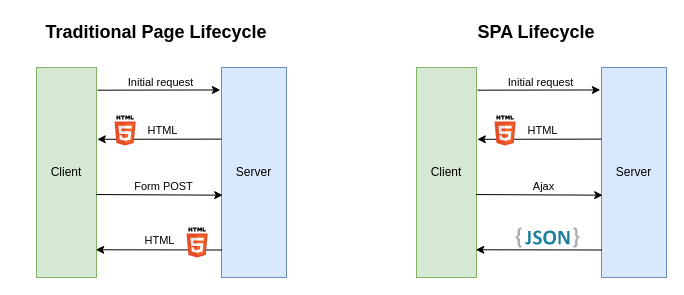
jeftegoes/APIArchitectureStylesOverview keeps this draw.io diagram as Diagrams/DifferenceBetweenTraditionalPageAndSPA.drawio. Above is the earlier version. Source tidied: cells renumbered, new cells numbered last; positions are measured from the earlier drawing's top-left corner, leaving out a move shared by most shapes. Both pictures are drawn from the tidied source at 100%, with x=0, y=0 at pixel (36, 17).
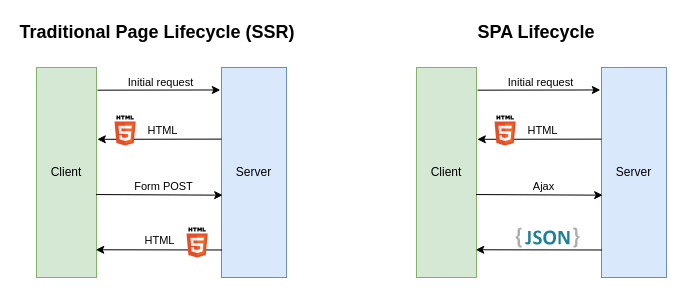
Above is the later version.

The edit, as a diff of the source:
```diff
@@
-    <mxCell id="11" value="Traditional Page Lifecycle" style="text;html=1;strokeColor=none;fillColor=none;align=center;verticalAlign=middle;whiteSpace=wrap;rounded=0;fontStyle=1;fontSize=18;" parent="1" vertex="1">
-      <mxGeometry width="240" height="30" as="geometry" />
+    <mxCell id="11" value="Traditional Page Lifecycle (SSR)" style="text;html=1;strokeColor=none;fillColor=none;align=center;verticalAlign=middle;whiteSpace=wrap;rounded=0;fontStyle=1;fontSize=18;" parent="1" vertex="1">
+      <mxGeometry x="-19" width="280" height="30" as="geometry" />
     </mxCell>
```
